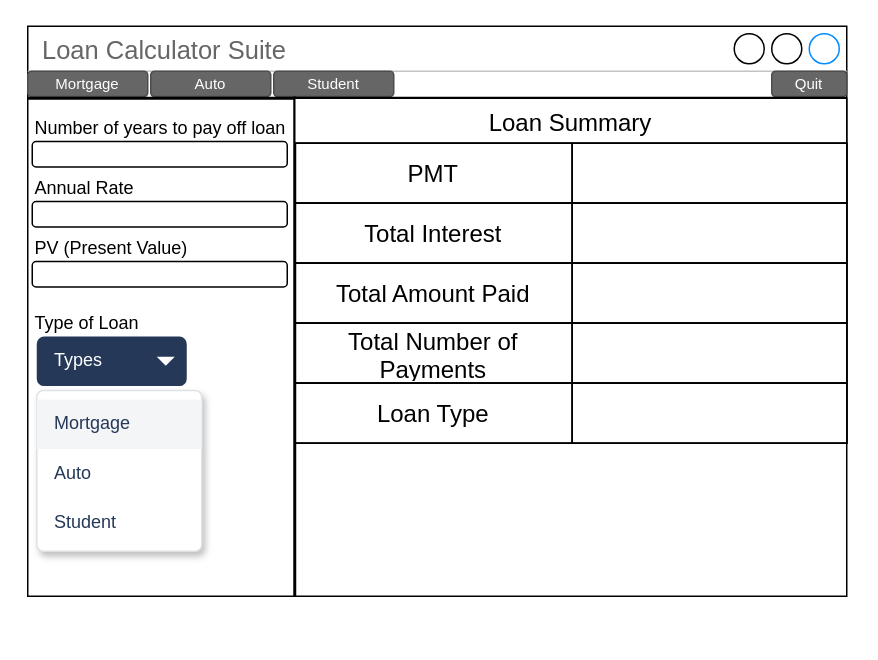
The draw.io diagram page "Frontend Stuff" (3 of 3) of Loan Calculator Suite (Planning).drawio in Kyozho-1/Loan-Calculator-Suite, before the edit. Source tidied: cells renumbered, new cells numbered last; positions are measured from the earlier drawing's top-left corner, leaving out a move shared by most shapes. Both pictures are drawn from the tidied source at 150%, with x=0, y=0 at pixel (27, 26).
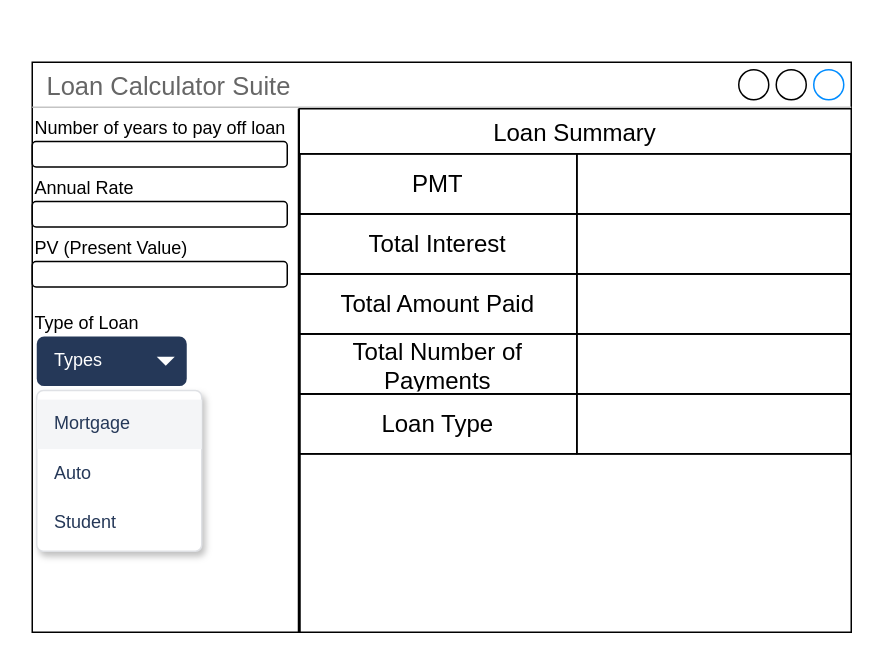
After the change.

Commit message (it also covers changes not shown here):
Removed the toolstrip since having it was unnecessary for the project,

What changed in the source:
```diff
@@
     <mxCell id="2" value="Loan Calculator Suite" style="strokeWidth=1;shadow=0;dashed=0;align=center;html=1;shape=mxgraph.mockup.containers.window;align=left;verticalAlign=top;spacingLeft=8;strokeColor2=#008cff;strokeColor3=#c4c4c4;fontColor=#666666;mainText=;fontSize=17;labelBackgroundColor=none;whiteSpace=wrap;" parent="1" vertex="1">
-      <mxGeometry width="546" height="380" as="geometry" />
+      <mxGeometry x="3" y="24" width="546" height="380" as="geometry" />
     </mxCell>
-    <mxCell id="3" value="Mortgage" style="rounded=1;html=1;shadow=0;dashed=0;whiteSpace=wrap;fontSize=10;fillColor=#666666;align=center;strokeColor=#4D4D4D;fontColor=#ffffff;" parent="1" vertex="1">
-      <mxGeometry y="30" width="80" height="16.9" as="geometry" />
-    </mxCell>
-    <mxCell id="4" value="Auto" style="rounded=1;html=1;shadow=0;dashed=0;whiteSpace=wrap;fontSize=10;fillColor=#666666;align=center;strokeColor=#4D4D4D;fontColor=#ffffff;" parent="1" vertex="1">
-      <mxGeometry x="82" y="30" width="80" height="16.9" as="geometry" />
-    </mxCell>
-    <mxCell id="5" value="Student" style="rounded=1;html=1;shadow=0;dashed=0;whiteSpace=wrap;fontSize=10;fillColor=#666666;align=center;strokeColor=#4D4D4D;fontColor=#ffffff;" parent="1" vertex="1">
-      <mxGeometry x="164" y="30" width="80" height="16.9" as="geometry" />
-    </mxCell>
-    <mxCell id="6" value="Quit" style="rounded=1;html=1;shadow=0;dashed=0;whiteSpace=wrap;fontSize=10;fillColor=#666666;align=center;strokeColor=#4D4D4D;fontColor=#ffffff;" parent="1" vertex="1">
-      <mxGeometry x="496" y="30" width="50" height="16.9" as="geometry" />
-    </mxCell>
@@
     <mxCell id="20" style="line;strokeWidth=2;direction=south;html=1;" parent="1" vertex="1">
-      <mxGeometry x="173" y="46.9" width="10" height="333.1" as="geometry" />
+      <mxGeometry x="176" y="55" width="10" height="349" as="geometry" />
     </mxCell>
-    <mxCell id="21" style="line;strokeWidth=2;html=1;" parent="1" vertex="1">
-      <mxGeometry y="43" width="546" height="10" as="geometry" />
-    </mxCell>
     <mxCell id="22" value="Loan Summary" style="shape=table;tableRender=collapsed;startSize=30;childLayout=tableLayout;strokeColor=default;fontSize=16;" parent="1" vertex="1">
-      <mxGeometry x="178" y="48" width="368" height="230" as="geometry" />
+      <mxGeometry x="181" y="55" width="368" height="230" as="geometry" />
     </mxCell>
```
